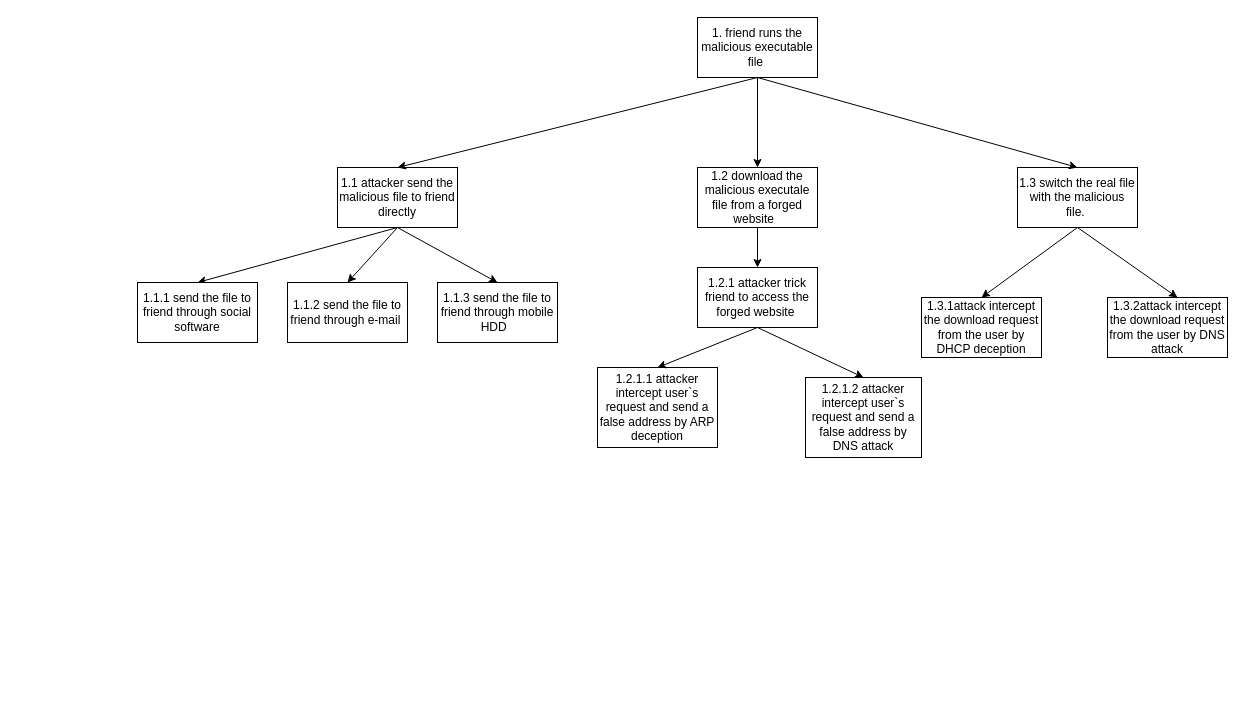
This is Untitled Diagram.drawio from konodiodaa/c3, a draw.io file, before an edit. Source tidied: cells renumbered, new cells numbered last; positions are measured from the earlier drawing's top-left corner, leaving out a move shared by most shapes. Both pictures are drawn from the tidied source at 100%, with x=0, y=0 at pixel (137, 17).
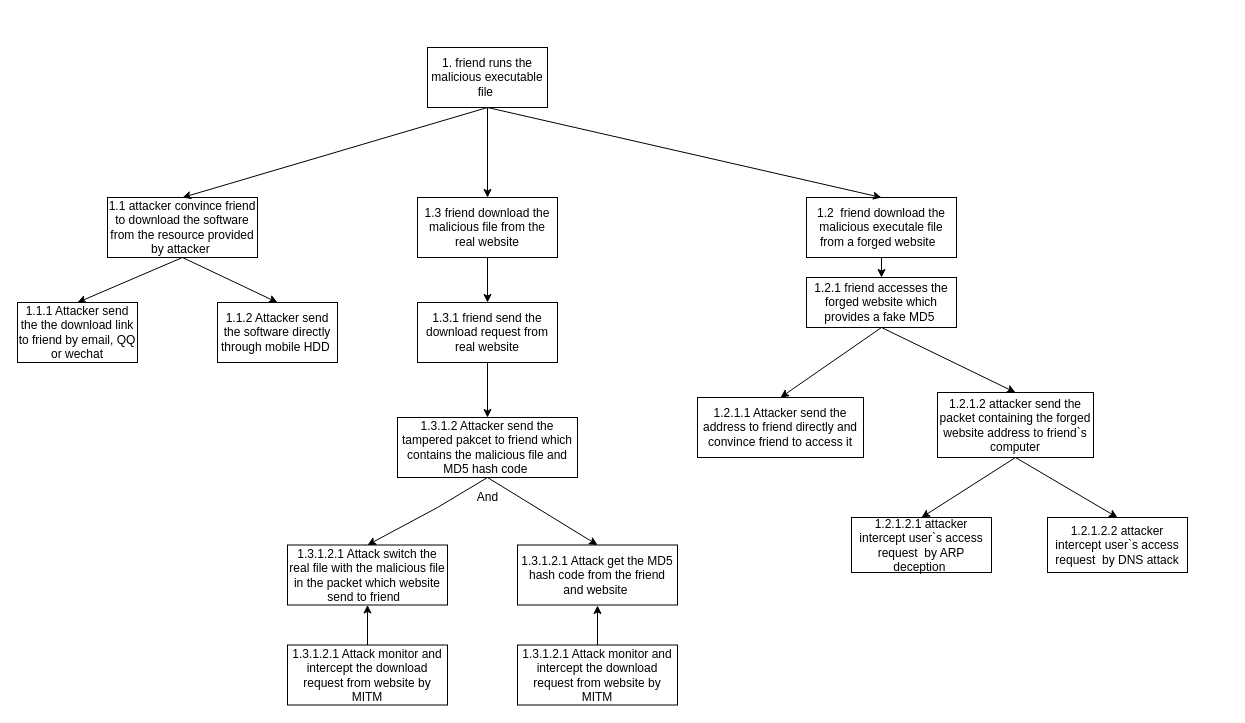
After the change.

The edit, as a diff of the source:
```diff
@@
     <mxCell id="2" value="1. friend runs the malicious executable file&amp;nbsp;" style="rounded=0;whiteSpace=wrap;html=1;" parent="1" vertex="1">
-      <mxGeometry x="560" width="120" height="60" as="geometry" />
+      <mxGeometry x="290" y="30" width="120" height="60" as="geometry" />
     </mxCell>
-    <mxCell id="3" value="1.1 attacker send the malicious file to friend directly" style="rounded=0;whiteSpace=wrap;html=1;" parent="1" vertex="1">
-      <mxGeometry x="200" y="150" width="120" height="60" as="geometry" />
+    <mxCell id="3" value="1.1 attacker convince friend to download the software from the resource provided by attacker&amp;nbsp;" style="rounded=0;whiteSpace=wrap;html=1;" parent="1" vertex="1">
+      <mxGeometry x="-30" y="180" width="150" height="60" as="geometry" />
     </mxCell>
@@
-    <mxCell id="5" value="1.2 download the malicious executale file from a forged website&amp;nbsp;&amp;nbsp;" style="rounded=0;whiteSpace=wrap;html=1;" parent="1" vertex="1">
-      <mxGeometry x="560" y="150" width="120" height="60" as="geometry" />
+    <mxCell id="5" value="1.2&amp;nbsp; friend download the malicious executale file from a forged website&amp;nbsp;&amp;nbsp;" style="rounded=0;whiteSpace=wrap;html=1;" parent="1" vertex="1">
+      <mxGeometry x="669" y="180" width="150" height="60" as="geometry" />
     </mxCell>
@@
-    <mxCell id="7" value="1.3 switch the real file with the malicious file.&amp;nbsp;" style="rounded=0;whiteSpace=wrap;html=1;" parent="1" vertex="1">
-      <mxGeometry x="880" y="150" width="120" height="60" as="geometry" />
-    </mxCell>
-    <mxCell id="8" style="endArrow=classic;html=1;exitX=0.5;exitY=1;exitDx=0;exitDy=0;entryX=0.5;entryY=0;entryDx=0;entryDy=0;" parent="1" edge="1" source="2" target="7">
+    <mxCell id="8" style="endArrow=classic;html=1;exitX=0.5;exitY=1;exitDx=0;exitDy=0;entryX=0.5;entryY=0;entryDx=0;entryDy=0;" parent="1" edge="1" source="2" target="37">
       <mxGeometry relative="1" as="geometry" />
     </mxCell>
@@
-    <mxCell id="10" value="1.1.1 send the file to friend through social software" style="rounded=0;whiteSpace=wrap;html=1;" parent="1" vertex="1">
-      <mxGeometry y="265" width="120" height="60" as="geometry" />
+    <mxCell id="10" value="1.1.1 Attacker send the the download link to friend by email, QQ or wechat" style="rounded=0;whiteSpace=wrap;html=1;" parent="1" vertex="1">
+      <mxGeometry x="-120" y="285" width="120" height="60" as="geometry" />
     </mxCell>
-    <mxCell id="11" value="1.1.2 send the file to friend through e-mail&amp;nbsp;" style="rounded=0;whiteSpace=wrap;html=1;" parent="1" vertex="1">
-      <mxGeometry x="150" y="265" width="120" height="60" as="geometry" />
+    <mxCell id="11" value="1.1.2 Attacker send the software directly through mobile HDD&amp;nbsp;" style="rounded=0;whiteSpace=wrap;html=1;" parent="1" vertex="1">
+      <mxGeometry x="80" y="285" width="120" height="60" as="geometry" />
     </mxCell>
@@
-    <mxCell id="13" value="&lt;span&gt;1.1.3 send the file to friend through mobile HDD&amp;nbsp;&amp;nbsp;&lt;/span&gt;" style="rounded=0;whiteSpace=wrap;html=1;" parent="1" vertex="1">
-      <mxGeometry x="300" y="265" width="120" height="60" as="geometry" />
-    </mxCell>
-    <mxCell id="14" style="endArrow=classic;html=1;exitX=0.5;exitY=1;exitDx=0;exitDy=0;entryX=0.5;entryY=0;entryDx=0;entryDy=0;" parent="1" edge="1" source="3" target="13">
-      <mxGeometry relative="1" as="geometry" />
-    </mxCell>
-    <mxCell id="15" value="1.2.1 attacker trick friend to access the forged website&amp;nbsp;" style="rounded=0;whiteSpace=wrap;html=1;" parent="1" vertex="1">
-      <mxGeometry x="560" y="250" width="120" height="60" as="geometry" />
+    <mxCell id="15" value="1.2.1 friend accesses the forged website which provides a fake MD5&amp;nbsp;" style="rounded=0;whiteSpace=wrap;html=1;" parent="1" vertex="1">
+      <mxGeometry x="669" y="260" width="150" height="50" as="geometry" />
     </mxCell>
-    <mxCell id="16" value="1.2.1.2 attacker intercept user`s request and send a false address by DNS attack" style="rounded=0;whiteSpace=wrap;html=1;" parent="1" vertex="1">
-      <mxGeometry x="668" y="360" width="116" height="80" as="geometry" />
+    <mxCell id="16" value="1.2.1.1 Attacker send the address to friend directly and convince friend to access it" style="rounded=0;whiteSpace=wrap;html=1;" parent="1" vertex="1">
+      <mxGeometry x="560" y="380" width="166" height="60" as="geometry" />
     </mxCell>
-    <mxCell id="17" value="1.2.1.1 attacker intercept user`s request and send a false address by ARP deception" style="rounded=0;whiteSpace=wrap;html=1;" parent="1" vertex="1">
-      <mxGeometry x="460" y="350" width="120" height="80" as="geometry" />
+    <mxCell id="17" value="1.2.1.2.1 attacker intercept user`s access request&amp;nbsp; by ARP deception&amp;nbsp;" style="rounded=0;whiteSpace=wrap;html=1;" parent="1" vertex="1">
+      <mxGeometry x="714" y="500" width="140" height="55" as="geometry" />
     </mxCell>
@@
-    <mxCell id="19" style="endArrow=classic;html=1;entryX=0.5;entryY=0;entryDx=0;entryDy=0;exitX=0.5;exitY=1;exitDx=0;exitDy=0;" parent="1" edge="1" source="15" target="17">
-      <mxGeometry relative="1" as="geometry" />
-    </mxCell>
-    <mxCell id="20" style="endArrow=classic;html=1;entryX=0.5;entryY=0;entryDx=0;entryDy=0;" parent="1" edge="1" target="16">
-      <mxGeometry relative="1" as="geometry">
-        <mxPoint x="620" y="310" as="sourcePoint" />
-      </mxGeometry>
+    <mxCell id="20" style="endArrow=classic;html=1;exitX=0.5;exitY=1;exitDx=0;exitDy=0;entryX=0.5;entryY=0;entryDx=0;entryDy=0;" parent="1" edge="1" source="15" target="16">
+      <mxGeometry relative="1" as="geometry" />
     </mxCell>
-    <mxCell id="21" value="1.3.1attack intercept the download request from the user by DHCP deception" style="rounded=0;whiteSpace=wrap;html=1;" parent="1" vertex="1">
-      <mxGeometry x="784" y="280" width="120" height="60" as="geometry" />
-    </mxCell>
-    <mxCell id="22" value="&lt;span&gt;1.3.2attack intercept the download request from the user by DNS attack&lt;/span&gt;" style="rounded=0;whiteSpace=wrap;html=1;" parent="1" vertex="1">
-      <mxGeometry x="970" y="280" width="120" height="60" as="geometry" />
-    </mxCell>
-    <mxCell id="23" style="endArrow=classic;html=1;exitX=0.5;exitY=1;exitDx=0;exitDy=0;entryX=0.5;entryY=0;entryDx=0;entryDy=0;" parent="1" edge="1" source="7" target="21">
-      <mxGeometry relative="1" as="geometry" />
-    </mxCell>
-    <mxCell id="24" style="endArrow=classic;html=1;exitX=0.5;exitY=1;exitDx=0;exitDy=0;entryX=0.583;entryY=0;entryDx=0;entryDy=0;entryPerimeter=0;" parent="1" edge="1" source="7" target="22">
-      <mxGeometry relative="1" as="geometry" />
-    </mxCell>
+    <mxCell id="25" value="1.2.1.2 attacker send the packet containing the forged website address to friend`s computer" style="rounded=0;whiteSpace=wrap;html=1;" parent="1" vertex="1">
+      <mxGeometry x="800" y="375" width="156" height="65" as="geometry" />
+    </mxCell>
+    <mxCell id="26" style="endArrow=classic;html=1;exitX=0.5;exitY=1;exitDx=0;exitDy=0;entryX=0.5;entryY=0;entryDx=0;entryDy=0;" parent="1" edge="1" source="25" target="17">
+      <mxGeometry relative="1" as="geometry" />
+    </mxCell>
+    <mxCell id="27" style="endArrow=classic;html=1;entryX=0.5;entryY=0;entryDx=0;entryDy=0;" parent="1" edge="1" target="25">
+      <mxGeometry relative="1" as="geometry">
+        <mxPoint x="744" y="310" as="sourcePoint" />
+      </mxGeometry>
+    </mxCell>
+    <mxCell id="28" value="1.2.1.2.2 attacker intercept user`s access request&amp;nbsp; by DNS attack" style="rounded=0;whiteSpace=wrap;html=1;" parent="1" vertex="1">
+      <mxGeometry x="910" y="500" width="140" height="55" as="geometry" />
+    </mxCell>
+    <mxCell id="29" style="endArrow=classic;html=1;entryX=0.5;entryY=0;entryDx=0;entryDy=0;exitX=0.5;exitY=1;exitDx=0;exitDy=0;" parent="1" edge="1" source="25" target="28">
+      <mxGeometry relative="1" as="geometry" />
+    </mxCell>
+    <mxCell id="30" value="1.3.1 friend send the download request from real website" style="rounded=0;whiteSpace=wrap;html=1;" parent="1" vertex="1">
+      <mxGeometry x="280" y="285" width="140" height="60" as="geometry" />
+    </mxCell>
+    <mxCell id="31" value="1.3.1.2.1 Attack switch the real file with the malicious file in the packet which website send to friend&amp;nbsp;&amp;nbsp;" style="rounded=0;whiteSpace=wrap;html=1;" parent="1" vertex="1">
+      <mxGeometry x="150" y="527.5" width="160" height="60" as="geometry" />
+    </mxCell>
+    <mxCell id="32" style="edgeStyle=none;rounded=0;jettySize=auto;html=1;exitX=0.5;exitY=1;exitDx=0;exitDy=0;entryX=0.5;entryY=0;entryDx=0;entryDy=0;" parent="1" edge="1" source="34" target="31">
+      <mxGeometry relative="1" as="geometry">
+        <Array as="points">
+          <mxPoint x="300" y="490" />
+        </Array>
+      </mxGeometry>
+    </mxCell>
+    <mxCell id="33" style="rounded=0;jettySize=auto;html=1;exitX=0.5;exitY=1;exitDx=0;exitDy=0;entryX=0.5;entryY=0;entryDx=0;entryDy=0;" parent="1" edge="1" source="34" target="40">
+      <mxGeometry relative="1" as="geometry" />
+    </mxCell>
+    <mxCell id="34" value="1.3.1.2 Attacker send the tampered pakcet to friend which contains the malicious file and MD5 hash code&amp;nbsp;" style="rounded=0;whiteSpace=wrap;html=1;" parent="1" vertex="1">
+      <mxGeometry x="260" y="400" width="180" height="60" as="geometry" />
+    </mxCell>
+    <mxCell id="35" style="rounded=0;jettySize=auto;html=1;entryX=0.5;entryY=0;entryDx=0;entryDy=0;exitX=0.5;exitY=1;exitDx=0;exitDy=0;" parent="1" edge="1" source="30" target="34">
+      <mxGeometry relative="1" as="geometry" />
+    </mxCell>
+    <mxCell id="36" style="edgeStyle=none;rounded=0;jettySize=auto;html=1;entryX=0.5;entryY=0;entryDx=0;entryDy=0;exitX=0.5;exitY=1;exitDx=0;exitDy=0;" parent="1" edge="1" source="37" target="30">
+      <mxGeometry relative="1" as="geometry" />
+    </mxCell>
+    <mxCell id="37" value="1.3 friend download the malicious file from the real website" style="rounded=0;whiteSpace=wrap;html=1;" parent="1" vertex="1">
+      <mxGeometry x="280" y="180" width="140" height="60" as="geometry" />
+    </mxCell>
+    <mxCell id="38" style="edgeStyle=orthogonalEdgeStyle;rounded=0;jettySize=auto;html=1;entryX=0.5;entryY=1;entryDx=0;entryDy=0;" parent="1" edge="1" source="39" target="31">
+      <mxGeometry relative="1" as="geometry" />
+    </mxCell>
+    <mxCell id="39" value="1.3.1.2.1 Attack monitor and intercept the download request from website by MITM" style="rounded=0;whiteSpace=wrap;html=1;" parent="1" vertex="1">
+      <mxGeometry x="150" y="627.5" width="160" height="60" as="geometry" />
+    </mxCell>
+    <mxCell id="40" value="1.3.1.2.1 Attack get the MD5 hash code from the friend and website&amp;nbsp;" style="rounded=0;whiteSpace=wrap;html=1;" parent="1" vertex="1">
+      <mxGeometry x="380" y="527.5" width="160" height="60" as="geometry" />
+    </mxCell>
+    <mxCell id="41" value="And" style="text;html=1;align=center;verticalAlign=middle;" parent="1" vertex="1">
+      <mxGeometry x="330" y="470" width="40" height="20" as="geometry" />
+    </mxCell>
+    <mxCell id="42" style="edgeStyle=orthogonalEdgeStyle;rounded=0;jettySize=auto;html=1;" parent="1" edge="1" source="43">
+      <mxGeometry relative="1" as="geometry">
+        <mxPoint x="460" y="588" as="targetPoint" />
+      </mxGeometry>
+    </mxCell>
+    <mxCell id="43" value="1.3.1.2.1 Attack monitor and intercept the download request from website by MITM" style="rounded=0;whiteSpace=wrap;html=1;" parent="1" vertex="1">
+      <mxGeometry x="380" y="627.5" width="160" height="60" as="geometry" />
+    </mxCell>
```
